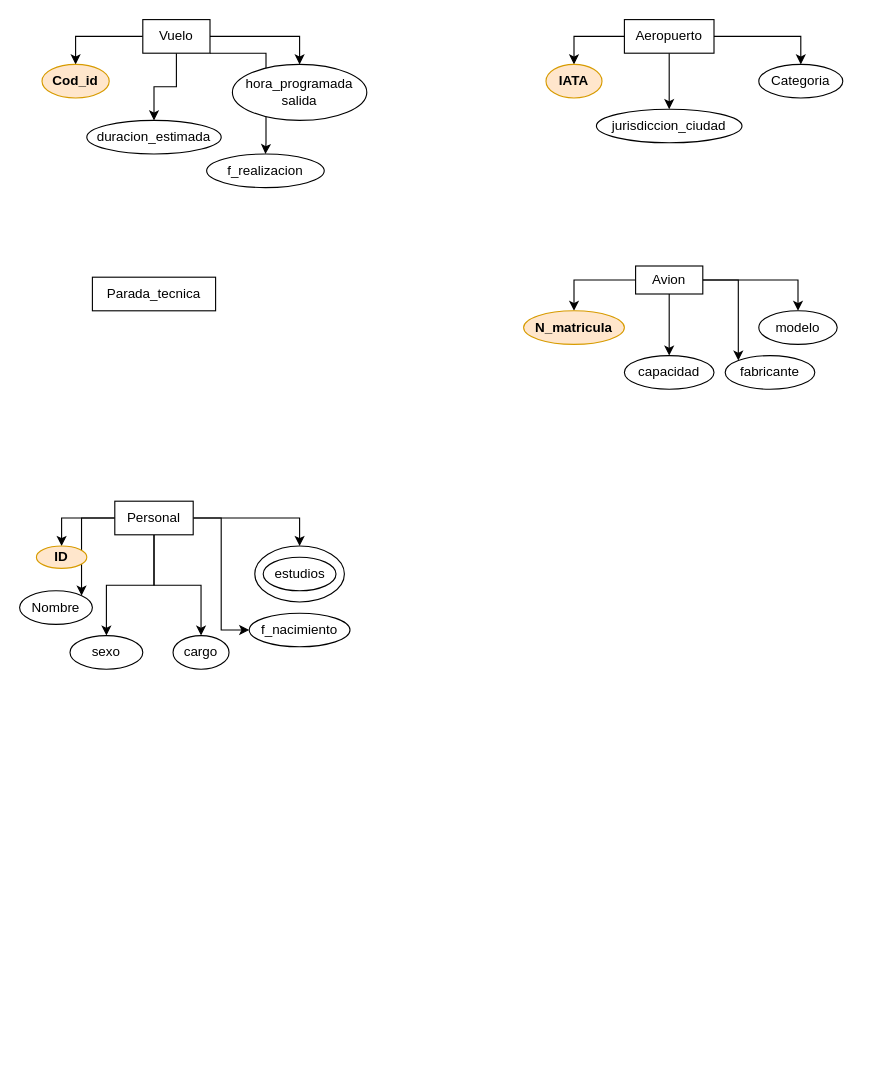
The draw.io diagram aerolineas.drawio in jhosebro/Bases-de-datos, before the edit. Source tidied: cells renumbered, new cells numbered last; positions are measured from the earlier drawing's top-left corner, leaving out a move shared by most shapes. Both pictures are drawn from the tidied source at 112%, with x=0, y=0 at pixel (19, 19).
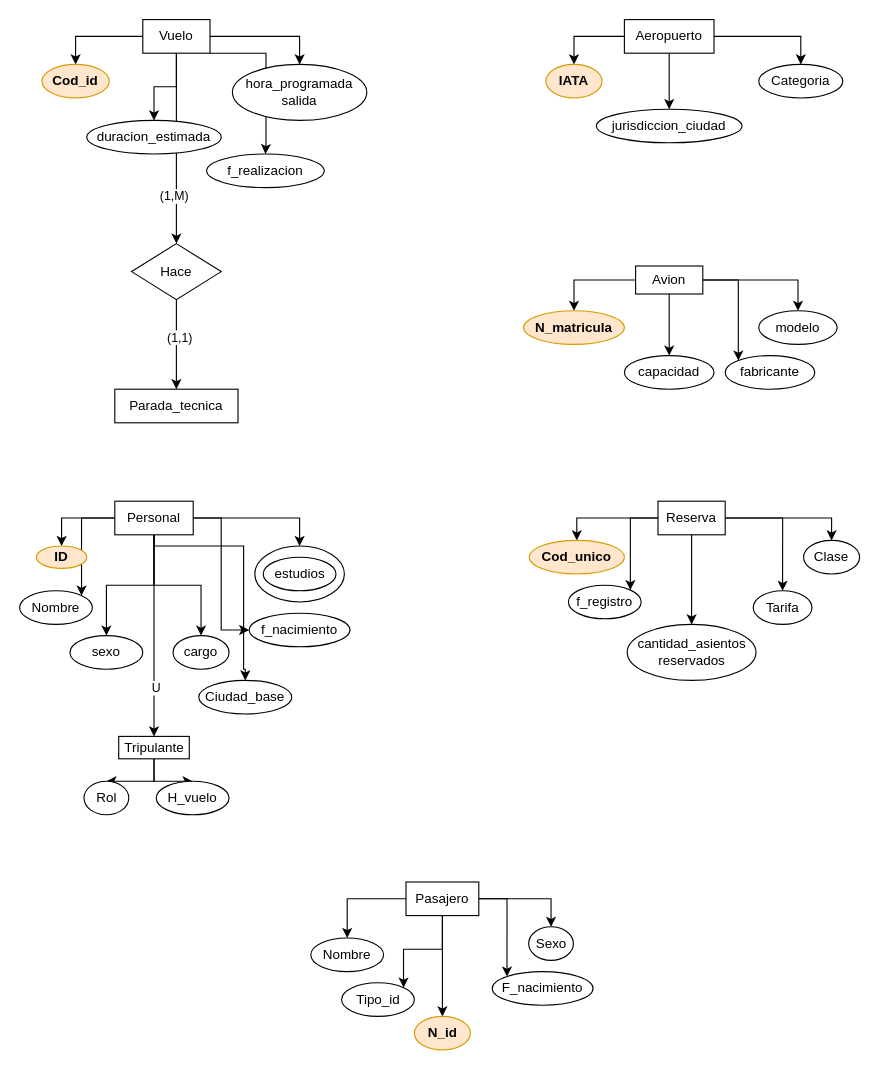
Above is the later version.

Unchanged cells that the change refers to:
```xml
<mxCell id="7" value="Vuelo" style="rounded=0;whiteSpace=wrap;html=1;" parent="1" vertex="1">
  <mxGeometry x="110" width="60" height="30" as="geometry" />
</mxCell>
<mxCell id="34" value="Personal" style="rounded=0;whiteSpace=wrap;html=1;" parent="1" vertex="1">
  <mxGeometry x="85" y="430" width="70" height="30" as="geometry" />
</mxCell>
```

Diff of the diagram source:
```diff
@@
+    <mxCell id="42" style="edgeStyle=orthogonalEdgeStyle;rounded=0;jettySize=auto;html=1;" parent="1" edge="1" source="7" target="77">
+      <mxGeometry relative="1" as="geometry" />
+    </mxCell>
+    <mxCell id="43" value="(1,M)" style="edgeLabel;html=1;align=center;verticalAlign=middle;" parent="42" vertex="1">
+      <mxGeometry x="0.49" y="-3" relative="1" as="geometry" />
+    </mxCell>
@@
     <mxCell id="11" value="Parada_tecnica" style="rounded=0;whiteSpace=wrap;html=1;" parent="1" vertex="1">
-      <mxGeometry x="65" y="230" width="110" height="30" as="geometry" />
+      <mxGeometry x="85" y="330" width="110" height="30" as="geometry" />
     </mxCell>
@@
+    <mxCell id="44" style="edgeStyle=orthogonalEdgeStyle;rounded=0;jettySize=auto;html=1;entryX=0.5;entryY=0;entryDx=0;entryDy=0;" parent="1" edge="1" source="34" target="49">
+      <mxGeometry relative="1" as="geometry" />
+    </mxCell>
+    <mxCell id="45" value="U" style="edgeLabel;html=1;align=center;verticalAlign=middle;" parent="44" vertex="1">
+      <mxGeometry x="0.51" y="1" relative="1" as="geometry" />
+    </mxCell>
+    <mxCell id="46" style="edgeStyle=orthogonalEdgeStyle;rounded=0;jettySize=auto;html=1;entryX=0.5;entryY=0;entryDx=0;entryDy=0;" parent="1" edge="1" source="34" target="52">
+      <mxGeometry relative="1" as="geometry">
+        <Array as="points">
+          <mxPoint x="120" y="470" />
+          <mxPoint x="200" y="470" />
+          <mxPoint x="200" y="580" />
+        </Array>
+      </mxGeometry>
+    </mxCell>
@@
+    <mxCell id="47" style="edgeStyle=orthogonalEdgeStyle;rounded=0;jettySize=auto;html=1;entryX=0.5;entryY=0;entryDx=0;entryDy=0;" parent="1" edge="1" source="49" target="50">
+      <mxGeometry relative="1" as="geometry" />
+    </mxCell>
+    <mxCell id="48" style="edgeStyle=orthogonalEdgeStyle;rounded=0;jettySize=auto;html=1;entryX=0.5;entryY=0;entryDx=0;entryDy=0;" parent="1" edge="1" source="49" target="51">
+      <mxGeometry relative="1" as="geometry" />
+    </mxCell>
+    <mxCell id="49" value="Tripulante" style="rounded=0;whiteSpace=wrap;html=1;" parent="1" vertex="1">
+      <mxGeometry x="88.5" y="640" width="63" height="20" as="geometry" />
+    </mxCell>
+    <mxCell id="50" value="Rol" style="ellipse;whiteSpace=wrap;html=1;" parent="1" vertex="1">
+      <mxGeometry x="57.5" y="680" width="40" height="30" as="geometry" />
+    </mxCell>
+    <mxCell id="51" value="H_vuelo" style="ellipse;whiteSpace=wrap;html=1;" parent="1" vertex="1">
+      <mxGeometry x="122" y="680" width="65" height="30" as="geometry" />
+    </mxCell>
+    <mxCell id="52" value="Ciudad_base" style="ellipse;whiteSpace=wrap;html=1;" parent="1" vertex="1">
+      <mxGeometry x="160" y="590" width="83" height="30" as="geometry" />
+    </mxCell>
+    <mxCell id="53" style="edgeStyle=orthogonalEdgeStyle;rounded=0;jettySize=auto;html=1;" parent="1" edge="1" source="58" target="59">
+      <mxGeometry relative="1" as="geometry" />
+    </mxCell>
+    <mxCell id="54" style="edgeStyle=orthogonalEdgeStyle;rounded=0;jettySize=auto;html=1;entryX=1;entryY=0;entryDx=0;entryDy=0;" parent="1" edge="1" source="58" target="60">
+      <mxGeometry relative="1" as="geometry" />
+    </mxCell>
+    <mxCell id="55" style="edgeStyle=orthogonalEdgeStyle;rounded=0;jettySize=auto;html=1;" parent="1" edge="1" source="58" target="61">
+      <mxGeometry relative="1" as="geometry" />
+    </mxCell>
+    <mxCell id="56" style="edgeStyle=orthogonalEdgeStyle;rounded=0;jettySize=auto;html=1;entryX=0.5;entryY=0;entryDx=0;entryDy=0;" parent="1" edge="1" source="58" target="62">
+      <mxGeometry relative="1" as="geometry" />
+    </mxCell>
+    <mxCell id="57" style="edgeStyle=orthogonalEdgeStyle;rounded=0;jettySize=auto;html=1;entryX=0.5;entryY=0;entryDx=0;entryDy=0;" parent="1" edge="1" source="58" target="63">
+      <mxGeometry relative="1" as="geometry" />
+    </mxCell>
+    <mxCell id="58" value="Reserva" style="rounded=0;whiteSpace=wrap;html=1;" parent="1" vertex="1">
+      <mxGeometry x="570" y="430" width="60" height="30" as="geometry" />
+    </mxCell>
+    <mxCell id="59" value="Cod_unico" style="ellipse;whiteSpace=wrap;html=1;fillColor=#ffe6cc;strokeColor=#d79b00;fontStyle=1;" parent="1" vertex="1">
+      <mxGeometry x="455" y="465" width="85" height="30" as="geometry" />
+    </mxCell>
+    <mxCell id="60" value="f_registro" style="ellipse;whiteSpace=wrap;html=1;" parent="1" vertex="1">
+      <mxGeometry x="490" y="505" width="65" height="30" as="geometry" />
+    </mxCell>
+    <mxCell id="61" value="cantidad_asientos&lt;br&gt;reservados" style="ellipse;whiteSpace=wrap;html=1;" parent="1" vertex="1">
+      <mxGeometry x="542.5" y="540" width="115" height="50" as="geometry" />
+    </mxCell>
+    <mxCell id="62" value="Tarifa" style="ellipse;whiteSpace=wrap;html=1;" parent="1" vertex="1">
+      <mxGeometry x="655" y="510" width="52.5" height="30" as="geometry" />
+    </mxCell>
+    <mxCell id="63" value="Clase" style="ellipse;whiteSpace=wrap;html=1;" parent="1" vertex="1">
+      <mxGeometry x="700" y="465" width="50" height="30" as="geometry" />
+    </mxCell>
+    <mxCell id="64" style="edgeStyle=orthogonalEdgeStyle;rounded=0;jettySize=auto;html=1;" parent="1" edge="1" source="69" target="70">
+      <mxGeometry relative="1" as="geometry" />
+    </mxCell>
+    <mxCell id="65" style="edgeStyle=orthogonalEdgeStyle;rounded=0;jettySize=auto;html=1;entryX=1;entryY=0;entryDx=0;entryDy=0;" parent="1" edge="1" source="69" target="71">
+      <mxGeometry relative="1" as="geometry" />
+    </mxCell>
+    <mxCell id="66" style="edgeStyle=orthogonalEdgeStyle;rounded=0;jettySize=auto;html=1;entryX=0.5;entryY=0;entryDx=0;entryDy=0;" parent="1" edge="1" source="69" target="72">
+      <mxGeometry relative="1" as="geometry" />
+    </mxCell>
+    <mxCell id="67" style="edgeStyle=orthogonalEdgeStyle;rounded=0;jettySize=auto;html=1;entryX=0;entryY=0;entryDx=0;entryDy=0;" parent="1" edge="1" source="69" target="73">
+      <mxGeometry relative="1" as="geometry" />
+    </mxCell>
+    <mxCell id="68" style="edgeStyle=orthogonalEdgeStyle;rounded=0;jettySize=auto;html=1;entryX=0.5;entryY=0;entryDx=0;entryDy=0;" parent="1" edge="1" source="69" target="74">
+      <mxGeometry relative="1" as="geometry" />
+    </mxCell>
+    <mxCell id="69" value="Pasajero" style="rounded=0;whiteSpace=wrap;html=1;" parent="1" vertex="1">
+      <mxGeometry x="345" y="770" width="65" height="30" as="geometry" />
+    </mxCell>
+    <mxCell id="70" value="Nombre" style="ellipse;whiteSpace=wrap;html=1;" parent="1" vertex="1">
+      <mxGeometry x="260" y="820" width="65" height="30" as="geometry" />
+    </mxCell>
+    <mxCell id="71" value="Tipo_id" style="ellipse;whiteSpace=wrap;html=1;" parent="1" vertex="1">
+      <mxGeometry x="287.5" y="860" width="65" height="30" as="geometry" />
+    </mxCell>
+    <mxCell id="72" value="&lt;b&gt;N_id&lt;/b&gt;" style="ellipse;whiteSpace=wrap;html=1;fillColor=#ffe6cc;strokeColor=#d79b00;" parent="1" vertex="1">
+      <mxGeometry x="352.5" y="890" width="50" height="30" as="geometry" />
+    </mxCell>
+    <mxCell id="73" value="F_nacimiento" style="ellipse;whiteSpace=wrap;html=1;" parent="1" vertex="1">
+      <mxGeometry x="422" y="850" width="90" height="30" as="geometry" />
+    </mxCell>
+    <mxCell id="74" value="Sexo" style="ellipse;whiteSpace=wrap;html=1;" parent="1" vertex="1">
+      <mxGeometry x="454.5" y="810" width="40" height="30" as="geometry" />
+    </mxCell>
+    <mxCell id="75" style="edgeStyle=orthogonalEdgeStyle;rounded=0;jettySize=auto;html=1;" parent="1" edge="1" source="77" target="11">
+      <mxGeometry relative="1" as="geometry" />
+    </mxCell>
+    <mxCell id="76" value="(1,1)" style="edgeLabel;html=1;align=center;verticalAlign=middle;" parent="75" vertex="1">
+      <mxGeometry x="-0.17" y="2" relative="1" as="geometry" />
+    </mxCell>
+    <mxCell id="77" value="Hace" style="rhombus;whiteSpace=wrap;html=1;" parent="1" vertex="1">
+      <mxGeometry x="100" y="200" width="80" height="50" as="geometry" />
+    </mxCell>
```
